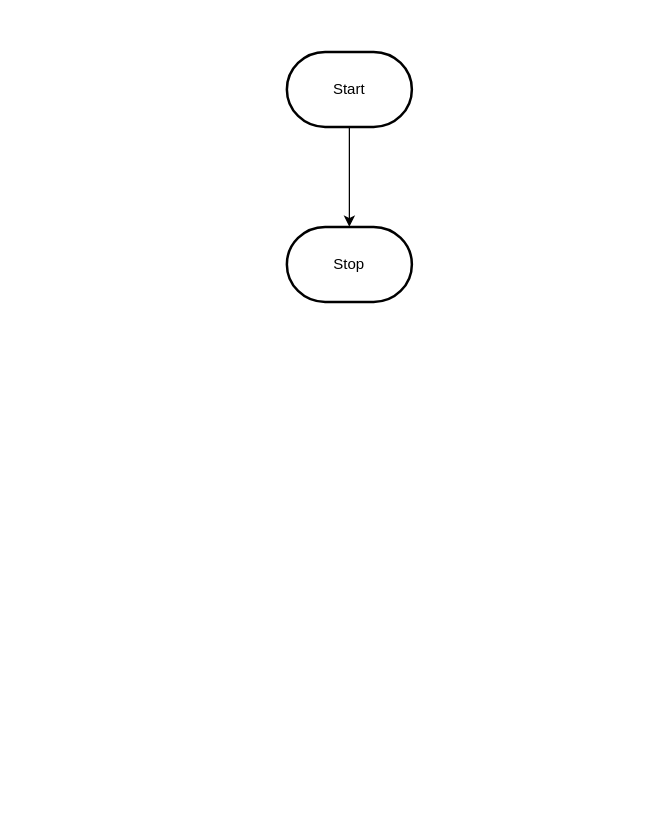
Above: design/flowchart.drawio in MTHS-TEJ2O-1-2023/TEJ2O-Unit-5-07-Liya-Getachew (draw.io), before the change. Source tidied: cells renumbered, new cells numbered last; positions are measured from the earlier drawing's top-left corner, leaving out a move shared by most shapes. Both pictures are drawn from the tidied source at 125%, with x=0, y=0 at pixel (286, 51).
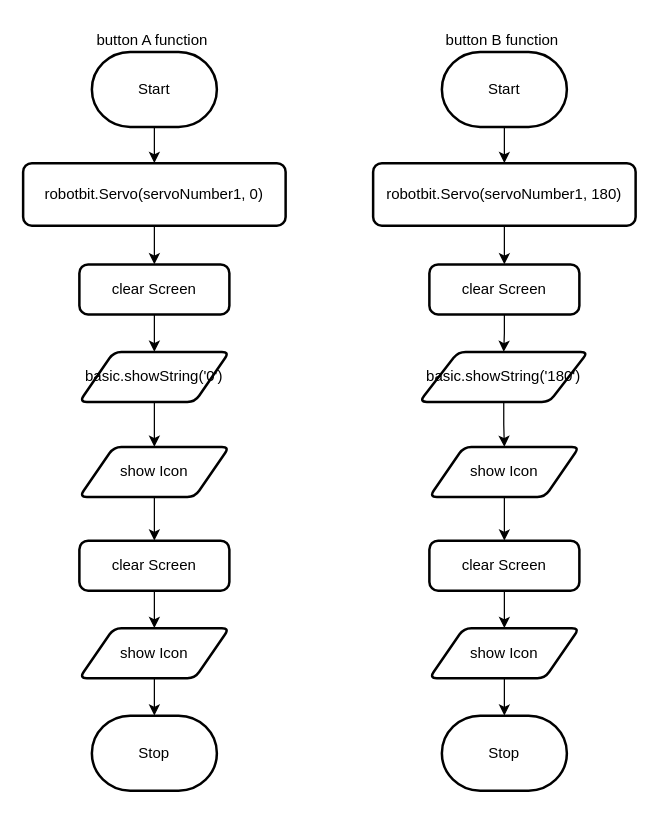
Above is the later version.

Diff of the diagram source:
```diff
@@
-    <mxCell id="2" style="edgeStyle=orthogonalEdgeStyle;html=1;rounded=0;" parent="1" edge="1" source="3" target="4">
-      <mxGeometry relative="1" as="geometry" />
-    </mxCell>
+    <mxCell id="5" style="edgeStyle=orthogonalEdgeStyle;html=1;rounded=0;" parent="1" edge="1" source="3" target="7">
+      <mxGeometry relative="1" as="geometry" />
+    </mxCell>
     <mxCell id="3" value="Start" style="strokeWidth=2;html=1;shape=mxgraph.flowchart.terminator;whiteSpace=wrap;" parent="1" vertex="1">
-      <mxGeometry width="100" height="60" as="geometry" />
+      <mxGeometry x="-156" width="100" height="60" as="geometry" />
     </mxCell>
     <mxCell id="4" value="Stop" style="strokeWidth=2;html=1;shape=mxgraph.flowchart.terminator;whiteSpace=wrap;" parent="1" vertex="1">
-      <mxGeometry y="140" width="100" height="60" as="geometry" />
+      <mxGeometry x="-156" y="531" width="100" height="60" as="geometry" />
     </mxCell>
+    <mxCell id="2" value="button A function" style="text;html=1;align=center;verticalAlign=middle;strokeColor=none;fillColor=none;" parent="1" vertex="1">
+      <mxGeometry x="-163" y="-24" width="110" height="30" as="geometry" />
+    </mxCell>
+    <mxCell id="6" style="edgeStyle=orthogonalEdgeStyle;rounded=0;html=1;" parent="1" edge="1" source="7" target="9">
+      <mxGeometry relative="1" as="geometry" />
+    </mxCell>
+    <mxCell id="7" value="robotbit.Servo(servoNumber1, 0)" style="rounded=1;whiteSpace=wrap;html=1;absoluteArcSize=1;arcSize=14;strokeWidth=2;" parent="1" vertex="1">
+      <mxGeometry x="-211" y="89" width="210" height="50" as="geometry" />
+    </mxCell>
+    <mxCell id="8" style="edgeStyle=orthogonalEdgeStyle;rounded=0;html=1;" parent="1" edge="1" source="9" target="11">
+      <mxGeometry relative="1" as="geometry" />
+    </mxCell>
+    <mxCell id="9" value="clear Screen" style="rounded=1;whiteSpace=wrap;html=1;absoluteArcSize=1;arcSize=14;strokeWidth=2;" parent="1" vertex="1">
+      <mxGeometry x="-166" y="170" width="120" height="40" as="geometry" />
+    </mxCell>
+    <mxCell id="10" style="edgeStyle=orthogonalEdgeStyle;rounded=0;html=1;" parent="1" edge="1" source="11" target="13">
+      <mxGeometry relative="1" as="geometry" />
+    </mxCell>
+    <mxCell id="11" value="basic.showString('0')" style="shape=parallelogram;html=1;strokeWidth=2;perimeter=parallelogramPerimeter;whiteSpace=wrap;rounded=1;arcSize=12;size=0.23;fontFamily=Helvetica;fontSize=12;fontColor=default;align=center;strokeColor=default;fillColor=default;" parent="1" vertex="1">
+      <mxGeometry x="-166" y="240" width="120" height="40" as="geometry" />
+    </mxCell>
+    <mxCell id="12" style="edgeStyle=orthogonalEdgeStyle;rounded=0;html=1;" parent="1" edge="1" source="13" target="15">
+      <mxGeometry relative="1" as="geometry" />
+    </mxCell>
+    <mxCell id="13" value="show Icon" style="shape=parallelogram;html=1;strokeWidth=2;perimeter=parallelogramPerimeter;whiteSpace=wrap;rounded=1;arcSize=12;size=0.23;fontFamily=Helvetica;fontSize=12;fontColor=default;align=center;strokeColor=default;fillColor=default;" parent="1" vertex="1">
+      <mxGeometry x="-166" y="316" width="120" height="40" as="geometry" />
+    </mxCell>
+    <mxCell id="14" style="edgeStyle=orthogonalEdgeStyle;rounded=0;html=1;" parent="1" edge="1" source="15" target="17">
+      <mxGeometry relative="1" as="geometry" />
+    </mxCell>
+    <mxCell id="15" value="clear Screen" style="rounded=1;whiteSpace=wrap;html=1;absoluteArcSize=1;arcSize=14;strokeWidth=2;" parent="1" vertex="1">
+      <mxGeometry x="-166" y="391" width="120" height="40" as="geometry" />
+    </mxCell>
+    <mxCell id="16" style="edgeStyle=orthogonalEdgeStyle;rounded=0;html=1;" parent="1" edge="1" source="17" target="4">
+      <mxGeometry relative="1" as="geometry" />
+    </mxCell>
+    <mxCell id="17" value="show Icon" style="shape=parallelogram;html=1;strokeWidth=2;perimeter=parallelogramPerimeter;whiteSpace=wrap;rounded=1;arcSize=12;size=0.23;fontFamily=Helvetica;fontSize=12;fontColor=default;align=center;strokeColor=default;fillColor=default;" parent="1" vertex="1">
+      <mxGeometry x="-166" y="461" width="120" height="40" as="geometry" />
+    </mxCell>
+    <mxCell id="18" style="edgeStyle=orthogonalEdgeStyle;html=1;rounded=0;" parent="1" edge="1" source="19" target="23">
+      <mxGeometry relative="1" as="geometry" />
+    </mxCell>
+    <mxCell id="19" value="Start" style="strokeWidth=2;html=1;shape=mxgraph.flowchart.terminator;whiteSpace=wrap;" parent="1" vertex="1">
+      <mxGeometry x="124" width="100" height="60" as="geometry" />
+    </mxCell>
+    <mxCell id="20" value="Stop" style="strokeWidth=2;html=1;shape=mxgraph.flowchart.terminator;whiteSpace=wrap;" parent="1" vertex="1">
+      <mxGeometry x="124" y="531" width="100" height="60" as="geometry" />
+    </mxCell>
+    <mxCell id="21" value="button B function" style="text;html=1;align=center;verticalAlign=middle;strokeColor=none;fillColor=none;" parent="1" vertex="1">
+      <mxGeometry x="117" y="-24" width="110" height="30" as="geometry" />
+    </mxCell>
+    <mxCell id="22" style="edgeStyle=orthogonalEdgeStyle;rounded=0;html=1;" parent="1" edge="1" source="23" target="25">
+      <mxGeometry relative="1" as="geometry" />
+    </mxCell>
+    <mxCell id="23" value="robotbit.Servo(servoNumber1, 180)" style="rounded=1;whiteSpace=wrap;html=1;absoluteArcSize=1;arcSize=14;strokeWidth=2;" parent="1" vertex="1">
+      <mxGeometry x="69" y="89" width="210" height="50" as="geometry" />
+    </mxCell>
+    <mxCell id="24" style="edgeStyle=orthogonalEdgeStyle;rounded=0;html=1;" parent="1" edge="1" source="25" target="27">
+      <mxGeometry relative="1" as="geometry" />
+    </mxCell>
+    <mxCell id="25" value="clear Screen" style="rounded=1;whiteSpace=wrap;html=1;absoluteArcSize=1;arcSize=14;strokeWidth=2;" parent="1" vertex="1">
+      <mxGeometry x="114" y="170" width="120" height="40" as="geometry" />
+    </mxCell>
+    <mxCell id="26" style="edgeStyle=orthogonalEdgeStyle;rounded=0;html=1;" parent="1" edge="1" source="27" target="29">
+      <mxGeometry relative="1" as="geometry" />
+    </mxCell>
+    <mxCell id="27" value="basic.showString('180')" style="shape=parallelogram;html=1;strokeWidth=2;perimeter=parallelogramPerimeter;whiteSpace=wrap;rounded=1;arcSize=12;size=0.23;fontFamily=Helvetica;fontSize=12;fontColor=default;align=center;strokeColor=default;fillColor=default;" parent="1" vertex="1">
+      <mxGeometry x="106" y="240" width="135" height="40" as="geometry" />
+    </mxCell>
+    <mxCell id="28" style="edgeStyle=orthogonalEdgeStyle;rounded=0;html=1;" parent="1" edge="1" source="29" target="31">
+      <mxGeometry relative="1" as="geometry" />
+    </mxCell>
+    <mxCell id="29" value="show Icon" style="shape=parallelogram;html=1;strokeWidth=2;perimeter=parallelogramPerimeter;whiteSpace=wrap;rounded=1;arcSize=12;size=0.23;fontFamily=Helvetica;fontSize=12;fontColor=default;align=center;strokeColor=default;fillColor=default;" parent="1" vertex="1">
+      <mxGeometry x="114" y="316" width="120" height="40" as="geometry" />
+    </mxCell>
+    <mxCell id="30" style="edgeStyle=orthogonalEdgeStyle;rounded=0;html=1;" parent="1" edge="1" source="31" target="33">
+      <mxGeometry relative="1" as="geometry" />
+    </mxCell>
+    <mxCell id="31" value="clear Screen" style="rounded=1;whiteSpace=wrap;html=1;absoluteArcSize=1;arcSize=14;strokeWidth=2;" parent="1" vertex="1">
+      <mxGeometry x="114" y="391" width="120" height="40" as="geometry" />
+    </mxCell>
+    <mxCell id="32" style="edgeStyle=orthogonalEdgeStyle;rounded=0;html=1;" parent="1" edge="1" source="33" target="20">
+      <mxGeometry relative="1" as="geometry" />
+    </mxCell>
+    <mxCell id="33" value="show Icon" style="shape=parallelogram;html=1;strokeWidth=2;perimeter=parallelogramPerimeter;whiteSpace=wrap;rounded=1;arcSize=12;size=0.23;fontFamily=Helvetica;fontSize=12;fontColor=default;align=center;strokeColor=default;fillColor=default;" parent="1" vertex="1">
+      <mxGeometry x="114" y="461" width="120" height="40" as="geometry" />
+    </mxCell>
```
